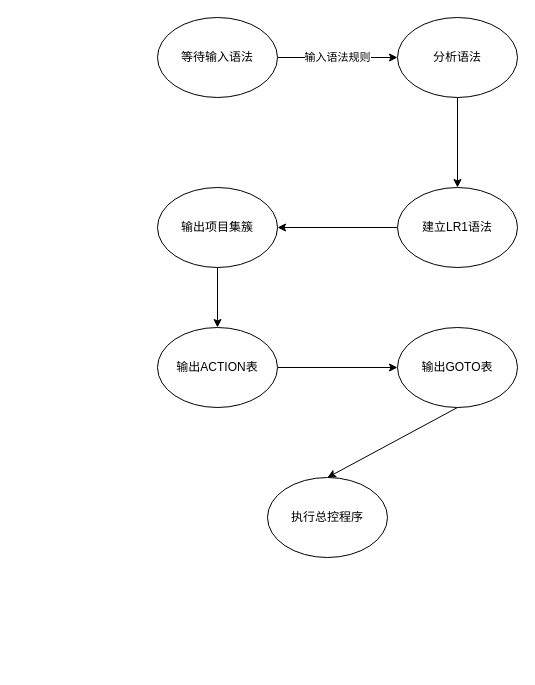
Earlier version of the draw.io diagram numberEight/state.drawio (yuzhi535/compiler). Source tidied: cells renumbered, new cells numbered last; positions are measured from the earlier drawing's top-left corner, leaving out a move shared by most shapes. Both pictures are drawn from the tidied source at 100%, with x=0, y=0 at pixel (157, 17).
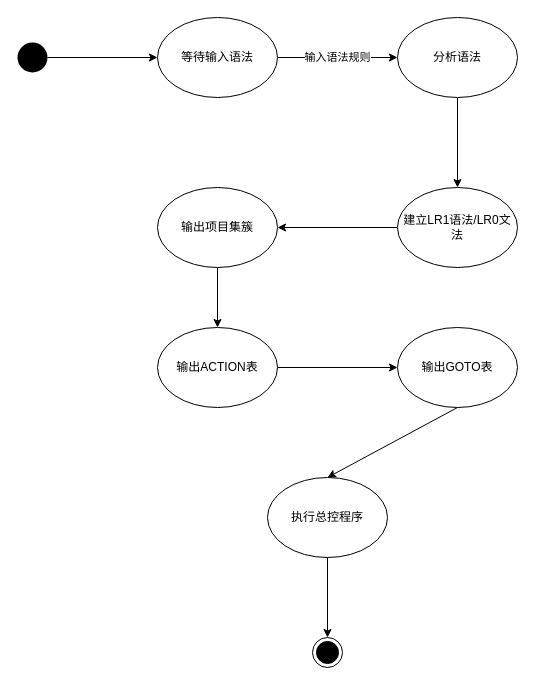
After the change.

What changed in the source:
```diff
@@
 <mxGraphModel>
   <root>
     <mxCell id="0" />
     <mxCell id="1" parent="0" />
     <mxCell id="2" value="输入语法规则" style="edgeStyle=none;html=1;exitX=1;exitY=0.5;exitDx=0;exitDy=0;entryX=0;entryY=0.5;entryDx=0;entryDy=0;entryPerimeter=0;" parent="1" edge="1" source="3" target="5">
       <mxGeometry relative="1" as="geometry" />
     </mxCell>
     <mxCell id="3" value="等待输入语法" style="ellipse;whiteSpace=wrap;html=1;" parent="1" vertex="1">
       <mxGeometry width="120" height="80" as="geometry" />
     </mxCell>
     <mxCell id="4" style="edgeStyle=none;html=1;exitX=0.5;exitY=1;exitDx=0;exitDy=0;entryX=0.5;entryY=0;entryDx=0;entryDy=0;" parent="1" edge="1" source="5" target="7">
       <mxGeometry relative="1" as="geometry" />
     </mxCell>
     <mxCell id="5" value="分析语法" style="ellipse;whiteSpace=wrap;html=1;" parent="1" vertex="1">
       <mxGeometry x="240" width="120" height="80" as="geometry" />
     </mxCell>
     <mxCell id="6" style="edgeStyle=none;html=1;exitX=0;exitY=0.5;exitDx=0;exitDy=0;entryX=1;entryY=0.5;entryDx=0;entryDy=0;" parent="1" edge="1" source="7" target="9">
       <mxGeometry relative="1" as="geometry" />
     </mxCell>
-    <mxCell id="7" value="建立LR1语法" style="ellipse;whiteSpace=wrap;html=1;" parent="1" vertex="1">
+    <mxCell id="7" value="建立LR1语法/LR0文法" style="ellipse;whiteSpace=wrap;html=1;" parent="1" vertex="1">
       <mxGeometry x="240" y="170" width="120" height="80" as="geometry" />
     </mxCell>
     <mxCell id="8" style="edgeStyle=none;html=1;exitX=0.5;exitY=1;exitDx=0;exitDy=0;entryX=0.5;entryY=0;entryDx=0;entryDy=0;" parent="1" edge="1" source="9" target="11">
       <mxGeometry relative="1" as="geometry" />
     </mxCell>
     <mxCell id="9" value="输出项目集簇" style="ellipse;whiteSpace=wrap;html=1;" parent="1" vertex="1">
       <mxGeometry y="170" width="120" height="80" as="geometry" />
     </mxCell>
     <mxCell id="10" style="edgeStyle=none;html=1;exitX=1;exitY=0.5;exitDx=0;exitDy=0;entryX=0;entryY=0.5;entryDx=0;entryDy=0;" parent="1" edge="1" source="11" target="13">
       <mxGeometry relative="1" as="geometry" />
     </mxCell>
     <mxCell id="11" value="输出ACTION表" style="ellipse;whiteSpace=wrap;html=1;" parent="1" vertex="1">
       <mxGeometry y="310" width="120" height="80" as="geometry" />
     </mxCell>
     <mxCell id="12" style="edgeStyle=none;html=1;exitX=0.5;exitY=1;exitDx=0;exitDy=0;entryX=0.5;entryY=0;entryDx=0;entryDy=0;" parent="1" edge="1" source="13" target="14">
       <mxGeometry relative="1" as="geometry" />
     </mxCell>
     <mxCell id="13" value="输出GOTO表" style="ellipse;whiteSpace=wrap;html=1;" parent="1" vertex="1">
       <mxGeometry x="240" y="310" width="120" height="80" as="geometry" />
     </mxCell>
+    <mxCell id="15" style="edgeStyle=none;html=1;" parent="1" edge="1" source="14" target="18">
+      <mxGeometry relative="1" as="geometry" />
+    </mxCell>
     <mxCell id="14" value="执行总控程序" style="ellipse;whiteSpace=wrap;html=1;" parent="1" vertex="1">
       <mxGeometry x="110" y="460" width="120" height="80" as="geometry" />
     </mxCell>
+    <mxCell id="16" style="edgeStyle=none;html=1;" parent="1" edge="1" source="17" target="3">
+      <mxGeometry relative="1" as="geometry" />
+    </mxCell>
+    <mxCell id="17" style="ellipse;fillColor=#000000;strokeColor=none;" parent="1" vertex="1">
+      <mxGeometry x="-140" y="25" width="30" height="30" as="geometry" />
+    </mxCell>
+    <mxCell id="18" style="ellipse;html=1;shape=endState;fillColor=#000000;strokeColor=#000000;" parent="1" vertex="1">
+      <mxGeometry x="155" y="620" width="30" height="30" as="geometry" />
+    </mxCell>
   </root>
 </mxGraphModel>
```
